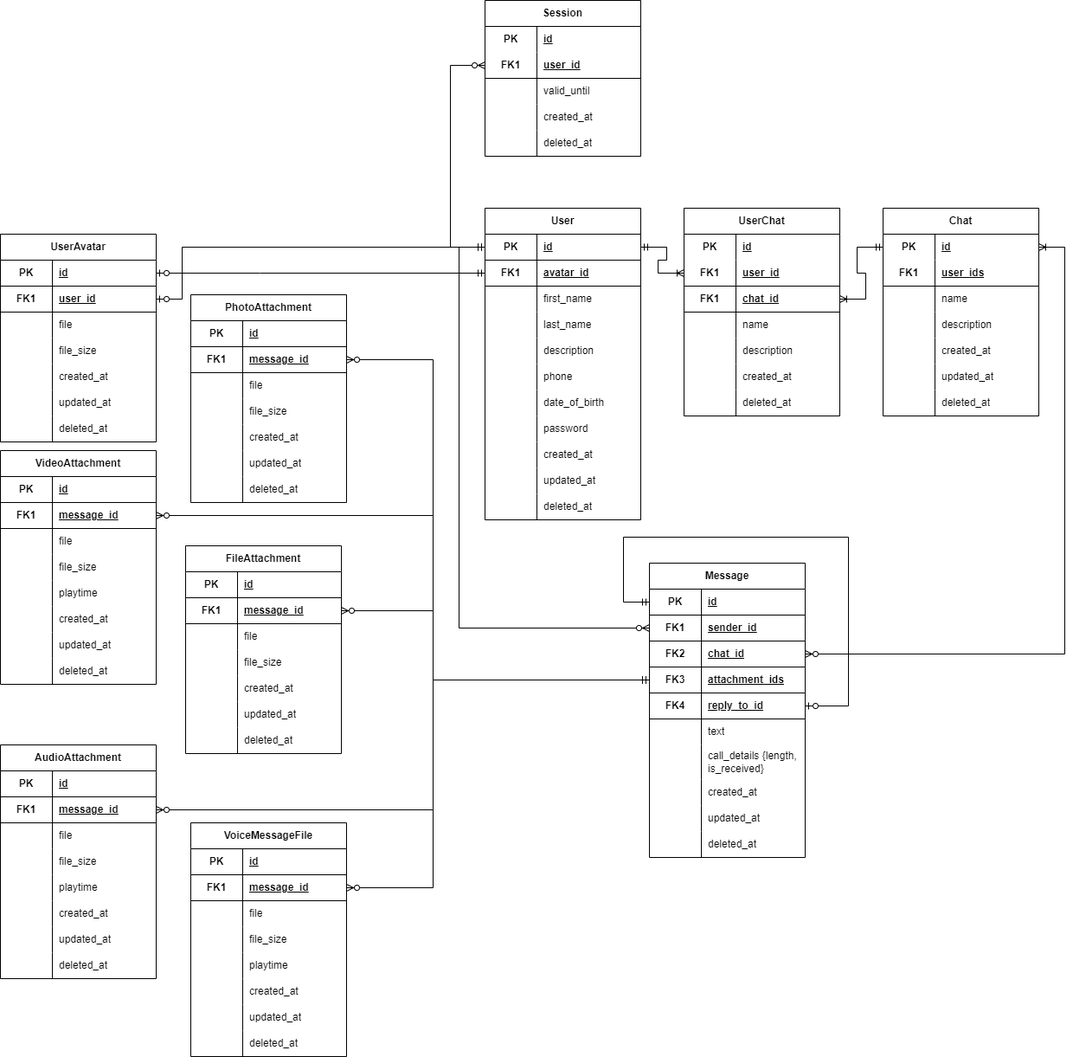
Before: db_logical.drawio.png, a diagram exported from draw.io (Petr09Mitin/technopark-highload-course-proj). Source tidied: cells renumbered, new cells last; positions are measured from the earlier drawing's top-left corner, leaving out a move shared by most shapes.
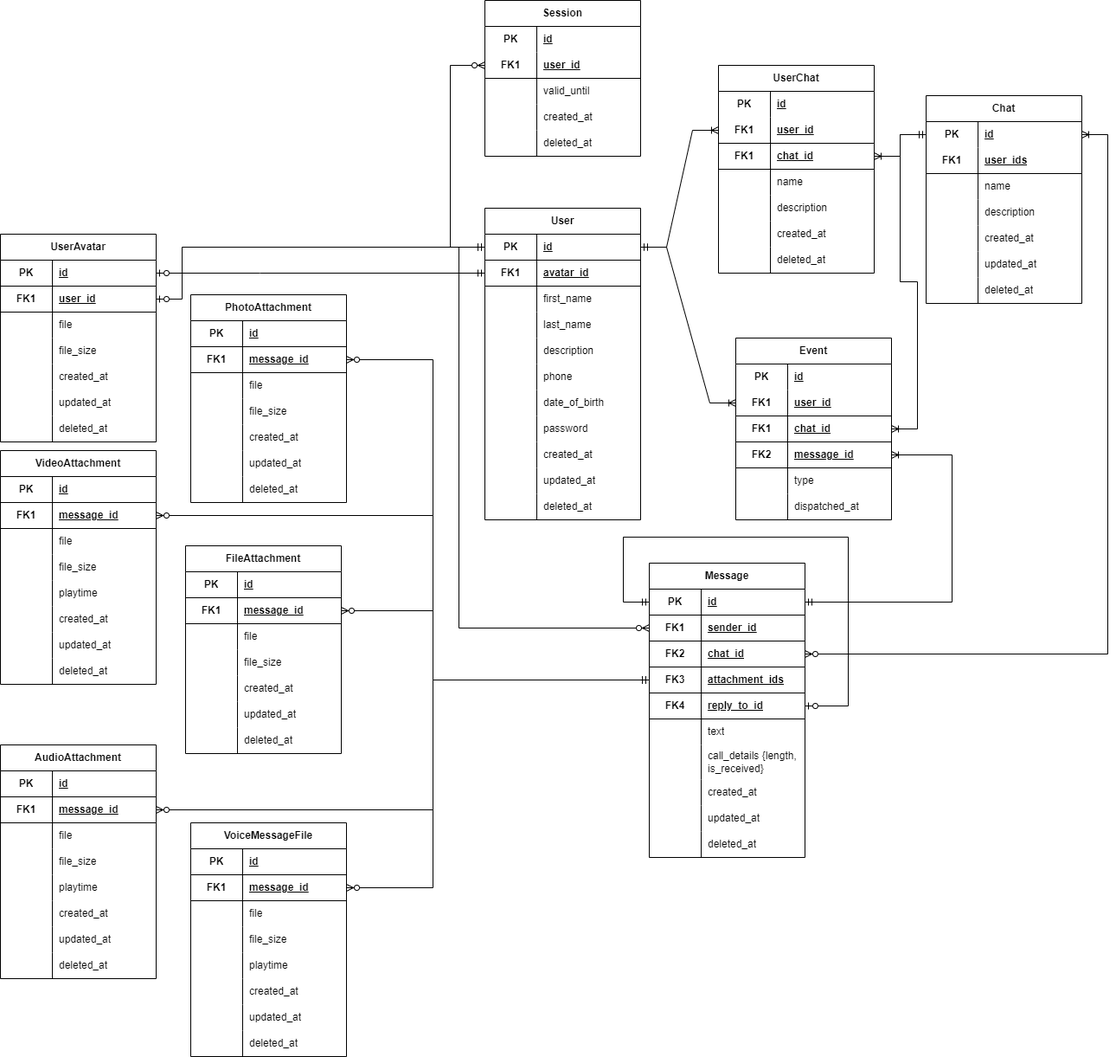
Later version of the same file.

Commit message:
feat: add event entity

The edit, as a diff of the source:
```diff
@@ -208,7 +208,7 @@
       </mxGeometry>
     </mxCell>
     <mxCell id="68" value="Chat" style="shape=table;startSize=30;rowLines=0;fontStyle=1;align=center;html=1;whiteSpace=wrap;" parent="1" vertex="1">
-      <mxGeometry x="1020" y="240" width="180" height="240" as="geometry" />
+      <mxGeometry x="1070" y="110" width="180" height="240" as="geometry" />
     </mxCell>
     <mxCell id="69" style="shape=tableRow;horizontal=0;startSize=0;swimlaneHead=0;swimlaneBody=0;fillColor=none;points=[[0,0.5],[1,0.5]];portConstraint=eastwest;top=0;left=0;right=0;bottom=0;html=1;" parent="68" vertex="1">
       <mxGeometry y="30" width="180" height="30" as="geometry" />
@@ -641,6 +641,7 @@
     <mxCell id="210" style="edgeStyle=elbowEdgeStyle;fontSize=12;html=1;endArrow=ERoneToMany;startArrow=ERzeroToMany;rounded=0;entryX=1;entryY=0.5;entryDx=0;entryDy=0;exitX=1;exitY=0.5;exitDx=0;exitDy=0;" parent="1" edge="1" source="43" target="69">
       <mxGeometry relative="1" as="geometry">
         <Array as="points">
+          <mxPoint x="1280" y="400" />
           <mxPoint x="1230" y="420" />
           <mxPoint x="1200" y="500" />
         </Array>
@@ -826,7 +827,7 @@
       </mxGeometry>
     </mxCell>
     <mxCell id="257" value="UserChat" style="shape=table;startSize=30;rowLines=0;fontStyle=1;align=center;html=1;whiteSpace=wrap;" parent="1" vertex="1">
-      <mxGeometry x="790" y="240" width="180" height="240" as="geometry" />
+      <mxGeometry x="830" y="75" width="180" height="240" as="geometry" />
     </mxCell>
     <mxCell id="258" style="shape=tableRow;horizontal=0;startSize=0;swimlaneHead=0;swimlaneBody=0;fillColor=none;top=0;left=0;right=0;bottom=0;html=1;" parent="257" vertex="1">
       <mxGeometry y="30" width="180" height="30" as="geometry" />
@@ -907,5 +908,86 @@
         </Array>
       </mxGeometry>
     </mxCell>
+    <mxCell id="281" value="Event" style="shape=table;startSize=30;rowLines=0;fontStyle=1;align=center;html=1;whiteSpace=wrap;" parent="1" vertex="1">
+      <mxGeometry x="850" y="390" width="180" height="210" as="geometry" />
+    </mxCell>
+    <mxCell id="282" style="shape=tableRow;horizontal=0;startSize=0;swimlaneHead=0;swimlaneBody=0;fillColor=none;top=0;left=0;right=0;bottom=0;html=1;" parent="281" vertex="1">
+      <mxGeometry y="30" width="180" height="30" as="geometry" />
+    </mxCell>
+    <mxCell id="283" value="PK" style="shape=partialRectangle;fillColor=none;top=0;left=0;bottom=0;right=0;fontStyle=1;overflow=hidden;html=1;whiteSpace=wrap;" parent="282" vertex="1">
+      <mxGeometry width="60" height="30" as="geometry" />
+    </mxCell>
+    <mxCell id="284" value="id" style="shape=partialRectangle;fillColor=none;top=0;left=0;bottom=0;right=0;align=left;spacingLeft=6;fontStyle=5;overflow=hidden;html=1;whiteSpace=wrap;" parent="282" vertex="1">
+      <mxGeometry x="60" width="120" height="30" as="geometry" />
+    </mxCell>
+    <mxCell id="285" style="shape=tableRow;horizontal=0;startSize=0;swimlaneHead=0;swimlaneBody=0;fillColor=none;points=[[0,0.5],[1,0.5]];portConstraint=eastwest;top=0;left=0;right=0;bottom=1;html=1;" parent="281" vertex="1">
+      <mxGeometry y="60" width="180" height="30" as="geometry" />
+    </mxCell>
+    <mxCell id="286" value="FK1" style="shape=partialRectangle;fillColor=none;top=0;left=0;bottom=0;right=0;fontStyle=1;overflow=hidden;html=1;whiteSpace=wrap;" parent="285" vertex="1">
+      <mxGeometry width="60" height="30" as="geometry" />
+    </mxCell>
+    <mxCell id="287" value="user_id" style="shape=partialRectangle;fillColor=none;top=0;left=0;bottom=0;right=0;align=left;spacingLeft=6;fontStyle=5;overflow=hidden;html=1;whiteSpace=wrap;" parent="285" vertex="1">
+      <mxGeometry x="60" width="120" height="30" as="geometry" />
+    </mxCell>
+    <mxCell id="288" style="shape=tableRow;horizontal=0;startSize=0;swimlaneHead=0;swimlaneBody=0;fillColor=none;points=[[0,0.5],[1,0.5]];portConstraint=eastwest;top=0;left=0;right=0;bottom=1;html=1;" parent="281" vertex="1">
+      <mxGeometry y="90" width="180" height="30" as="geometry" />
+    </mxCell>
+    <mxCell id="289" value="FK1" style="shape=partialRectangle;fillColor=none;top=0;left=0;bottom=0;right=0;fontStyle=1;overflow=hidden;html=1;whiteSpace=wrap;" parent="288" vertex="1">
+      <mxGeometry width="60" height="30" as="geometry" />
+    </mxCell>
+    <mxCell id="290" value="chat_id" style="shape=partialRectangle;fillColor=none;top=0;left=0;bottom=0;right=0;align=left;spacingLeft=6;fontStyle=5;overflow=hidden;html=1;whiteSpace=wrap;" parent="288" vertex="1">
+      <mxGeometry x="60" width="120" height="30" as="geometry" />
+    </mxCell>
+    <mxCell id="291" style="shape=tableRow;horizontal=0;startSize=0;swimlaneHead=0;swimlaneBody=0;fillColor=none;points=[[0,0.5],[1,0.5]];portConstraint=eastwest;top=0;left=0;right=0;bottom=1;html=1;" parent="281" vertex="1">
+      <mxGeometry y="120" width="180" height="30" as="geometry" />
+    </mxCell>
+    <mxCell id="292" value="FK2" style="shape=partialRectangle;fillColor=none;top=0;left=0;bottom=0;right=0;fontStyle=1;overflow=hidden;html=1;whiteSpace=wrap;" parent="291" vertex="1">
+      <mxGeometry width="60" height="30" as="geometry" />
+    </mxCell>
+    <mxCell id="293" value="message_id" style="shape=partialRectangle;fillColor=none;top=0;left=0;bottom=0;right=0;align=left;spacingLeft=6;fontStyle=5;overflow=hidden;html=1;whiteSpace=wrap;" parent="291" vertex="1">
+      <mxGeometry x="60" width="120" height="30" as="geometry" />
+    </mxCell>
+    <mxCell id="294" style="shape=tableRow;horizontal=0;startSize=0;swimlaneHead=0;swimlaneBody=0;fillColor=none;top=0;left=0;right=0;bottom=0;html=1;" parent="281" vertex="1">
+      <mxGeometry y="150" width="180" height="30" as="geometry" />
+    </mxCell>
+    <mxCell id="295" style="shape=partialRectangle;fillColor=none;top=0;left=0;bottom=0;right=0;overflow=hidden;html=1;whiteSpace=wrap;" parent="294" vertex="1">
+      <mxGeometry width="60" height="30" as="geometry" />
+    </mxCell>
+    <mxCell id="296" value="type" style="shape=partialRectangle;fillColor=none;top=0;left=0;bottom=0;right=0;align=left;spacingLeft=6;overflow=hidden;html=1;whiteSpace=wrap;" parent="294" vertex="1">
+      <mxGeometry x="60" width="120" height="30" as="geometry" />
+    </mxCell>
+    <mxCell id="297" style="shape=tableRow;horizontal=0;startSize=0;swimlaneHead=0;swimlaneBody=0;fillColor=none;top=0;left=0;right=0;bottom=0;html=1;" parent="281" vertex="1">
+      <mxGeometry y="180" width="180" height="30" as="geometry" />
+    </mxCell>
+    <mxCell id="298" style="shape=partialRectangle;fillColor=none;top=0;left=0;bottom=0;right=0;overflow=hidden;html=1;whiteSpace=wrap;" parent="297" vertex="1">
+      <mxGeometry width="60" height="30" as="geometry" />
+    </mxCell>
+    <mxCell id="299" value="dispatched_at" style="shape=partialRectangle;fillColor=none;top=0;left=0;bottom=0;right=0;align=left;spacingLeft=6;overflow=hidden;html=1;whiteSpace=wrap;" parent="297" vertex="1">
+      <mxGeometry x="60" width="120" height="30" as="geometry" />
+    </mxCell>
+    <mxCell id="300" style="edgeStyle=entityRelationEdgeStyle;fontSize=12;html=1;endArrow=ERoneToMany;startArrow=ERmandOne;rounded=0;entryX=0;entryY=0.5;entryDx=0;entryDy=0;exitX=1;exitY=0.5;exitDx=0;exitDy=0;" parent="1" edge="1" source="3" target="285">
+      <mxGeometry relative="1" as="geometry">
+        <Array as="points">
+          <mxPoint x="770" y="300" />
+          <mxPoint x="760" y="300" />
+        </Array>
+      </mxGeometry>
+    </mxCell>
+    <mxCell id="301" style="edgeStyle=entityRelationEdgeStyle;fontSize=12;html=1;endArrow=ERoneToMany;startArrow=ERmandOne;rounded=0;entryX=1;entryY=0.5;entryDx=0;entryDy=0;exitX=0;exitY=0.5;exitDx=0;exitDy=0;" parent="1" edge="1" source="69" target="288">
+      <mxGeometry relative="1" as="geometry">
+        <Array as="points">
+          <mxPoint x="780" y="310" />
+          <mxPoint x="1030" y="240" />
+          <mxPoint x="770" y="310" />
+        </Array>
+      </mxGeometry>
+    </mxCell>
+    <mxCell id="302" style="edgeStyle=elbowEdgeStyle;fontSize=12;html=1;endArrow=ERoneToMany;startArrow=ERmandOne;rounded=0;entryX=1;entryY=0.5;entryDx=0;entryDy=0;exitX=1;exitY=0.5;exitDx=0;exitDy=0;" parent="1" edge="1" source="37" target="291">
+      <mxGeometry relative="1" as="geometry">
+        <Array as="points">
+          <mxPoint x="1100" y="610" />
+        </Array>
+      </mxGeometry>
+    </mxCell>
   </root>
 </mxGraphModel>
```
